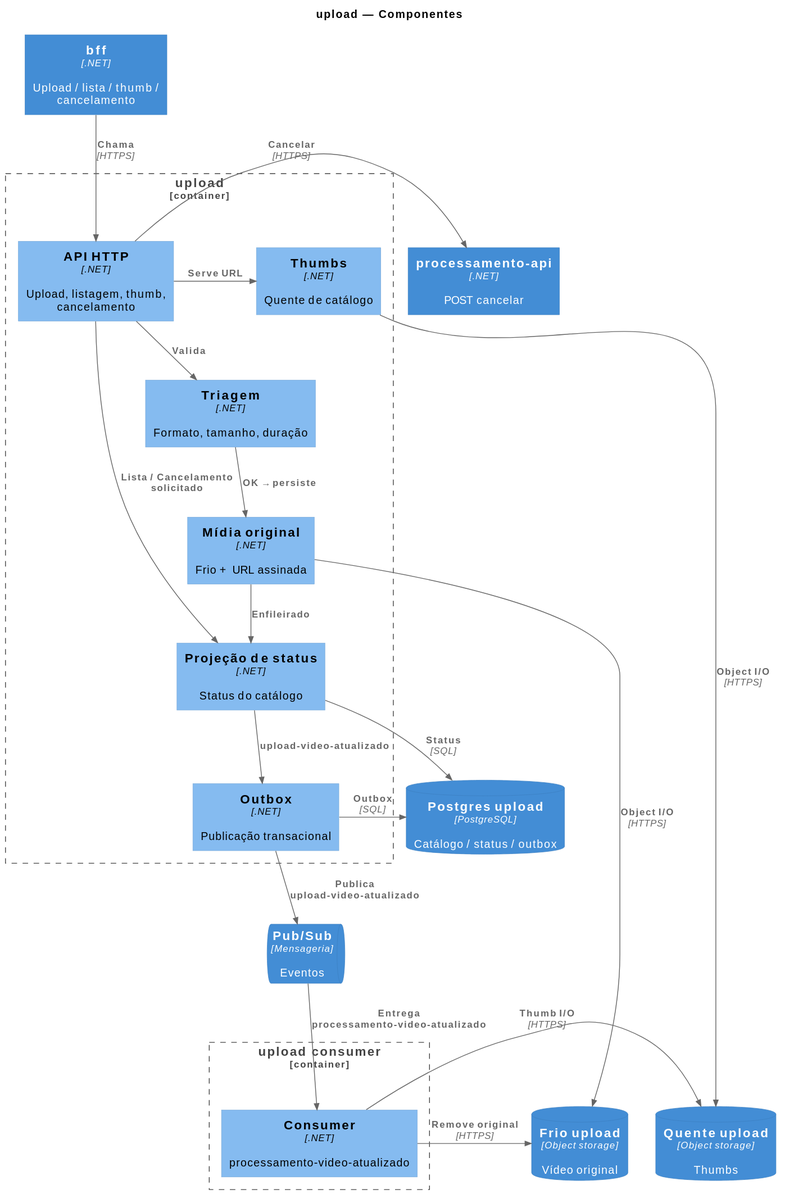
Above: arquitetura/06_componentes-upload.svg in fiap-x-vcosta/docs (PlantUML), before the change.
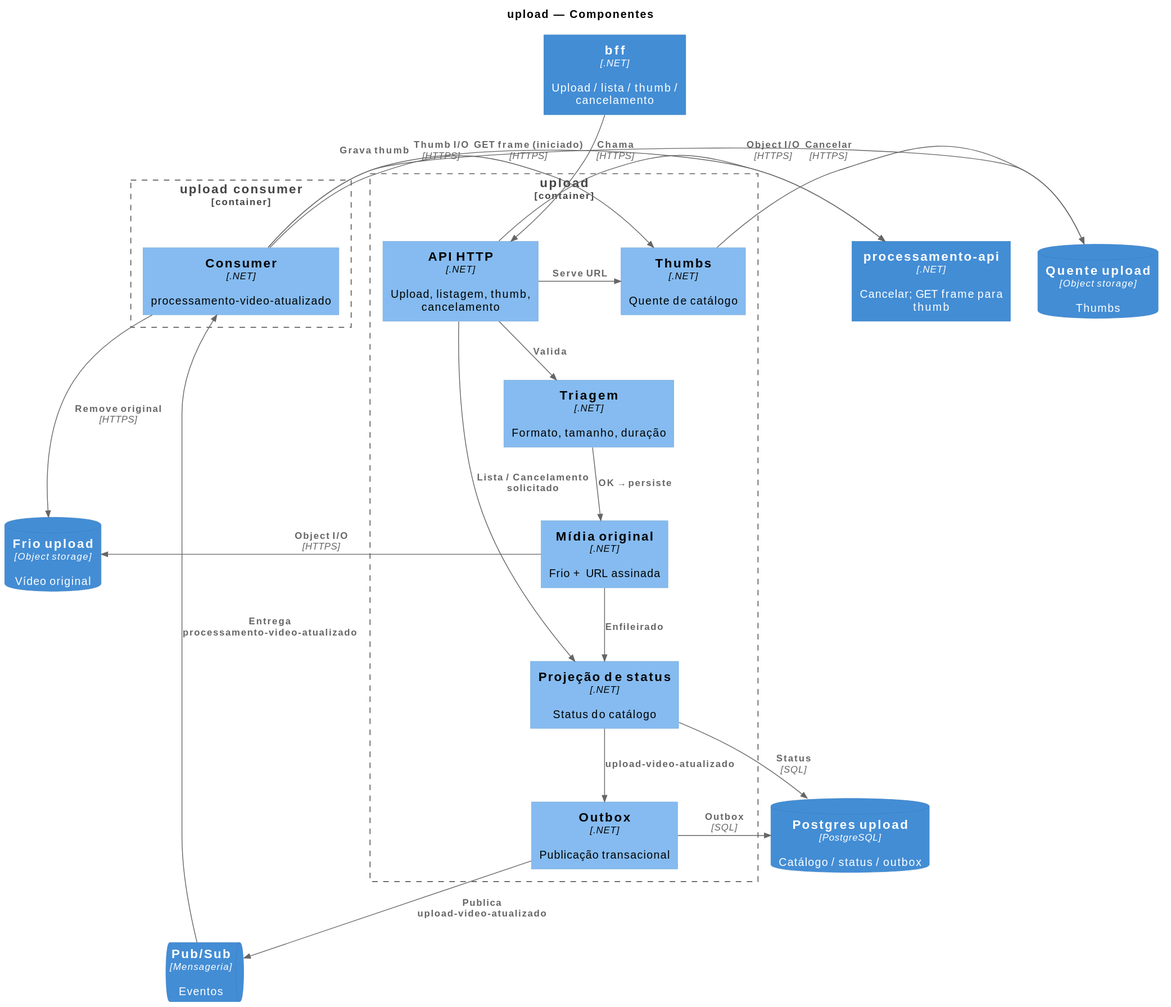
After the change.

What changed in the source:
```diff
@@ -7,7 +7,7 @@
 title upload — Componentes
 
 Container(bff, "bff", ".NET", "Upload / lista / thumb / cancelamento")
-Container(procApi, "processamento-api", ".NET", "POST cancelar")
+Container(procApi, "processamento-api", ".NET", "Cancelar; GET frame para thumb")
 
 Container_Boundary(uploadApi, "upload") {
   Component(api, "API HTTP", ".NET", "Upload, listagem, thumb, cancelamento")
@@ -42,6 +42,8 @@
 Rel_R(thumbs, quente, "Object I/O", "HTTPS")
 Rel_R(outbox, pg, "Outbox", "SQL")
 Rel_R(statusProj, pg, "Status", "SQL")
+Rel_R(consumer, procApi, "GET frame (iniciado)", "HTTPS")
 Rel_R(consumer, frio, "Remove original", "HTTPS")
+Rel_R(consumer, thumbs, "Grava thumb")
 Rel_R(consumer, quente, "Thumb I/O", "HTTPS")
 @enduml
```
